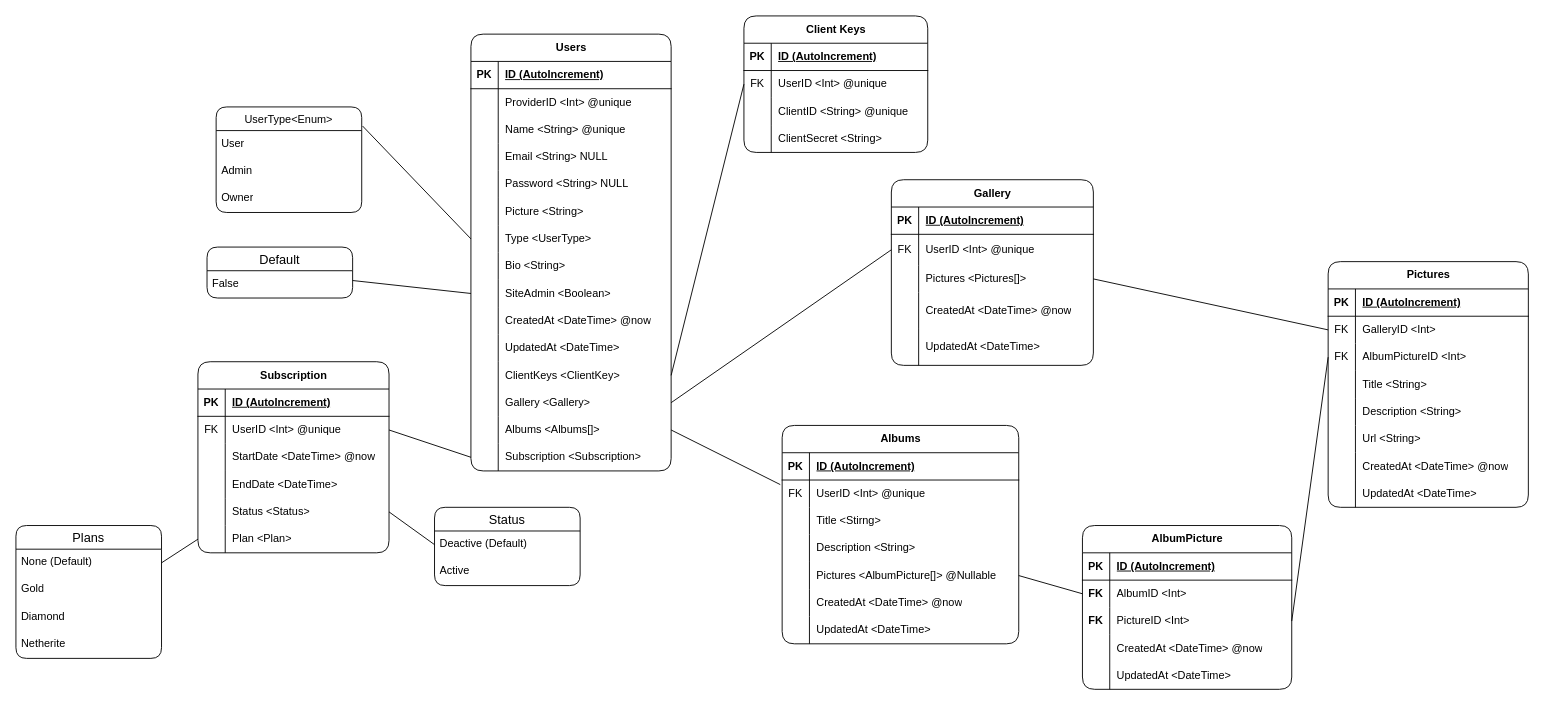
Novanaa/Pixelarium keeps this draw.io diagram as project/models/Pixelarium.drawio. Above is the earlier version. Source tidied: cells renumbered, new cells numbered last; positions are measured from the earlier drawing's top-left corner, leaving out a move shared by most shapes. Both pictures are drawn from the tidied source at 91%, with x=0, y=0 at pixel (15, 15).
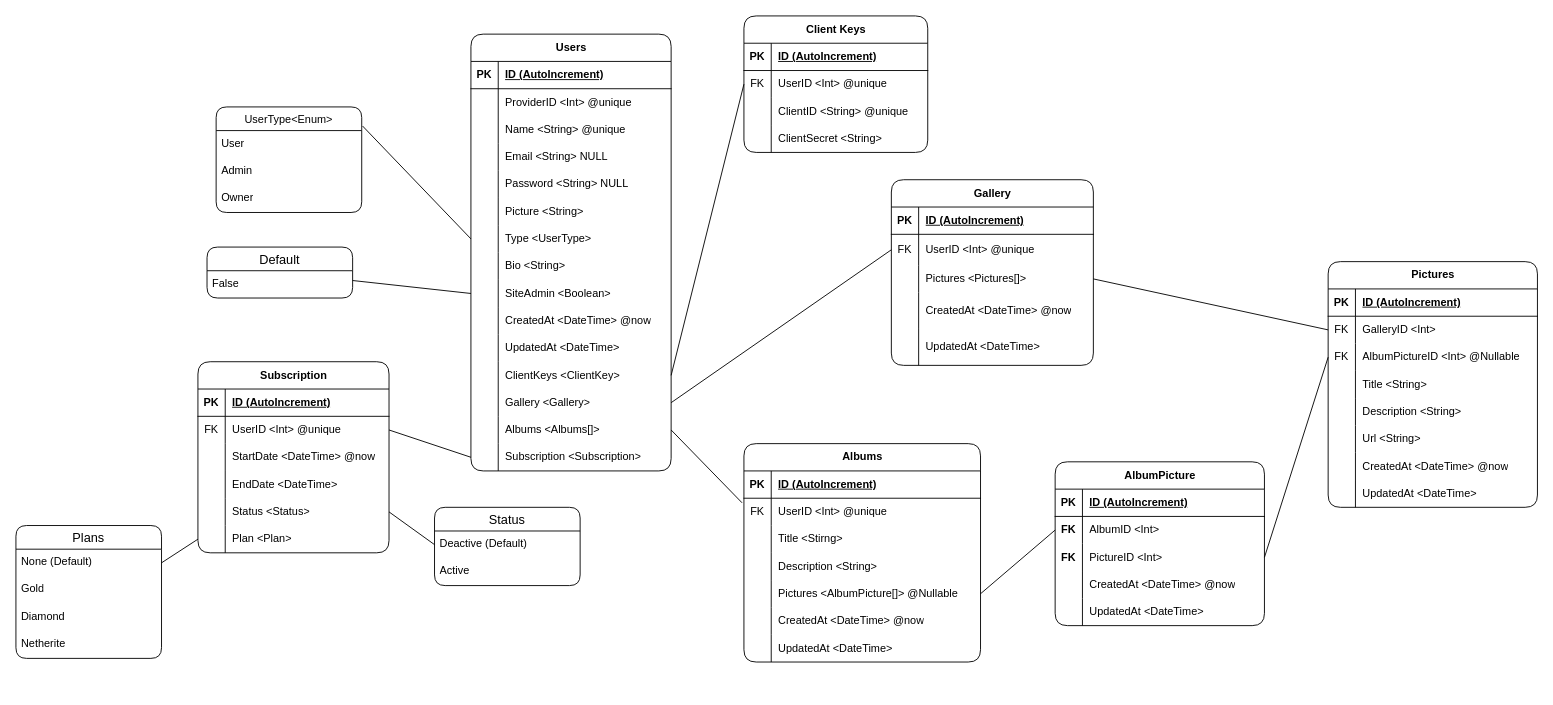
After the change.

Commit message (it also covers changes not shown here):
Added @Nullable Attribute to AlbumPictureID Field

Change to the diagram source:
```diff
@@
     <mxCell id="87" value="Pictures" style="shape=table;startSize=30;childLayout=tableLayout;rowLines=0;fontStyle=1;align=center;html=1;rounded=1;" parent="1" vertex="1">
-      <mxGeometry x="1442" y="270" width="220" height="270" as="geometry" />
+      <mxGeometry x="1442" y="270" width="230" height="270" as="geometry" />
     </mxCell>
     <mxCell id="88" style="shape=tableRow;horizontal=0;startSize=0;swimlaneHead=0;swimlaneBody=0;fillColor=none;top=0;left=0;right=0;bottom=1;" parent="87" vertex="1">
-      <mxGeometry y="30" width="220" height="30" as="geometry" />
+      <mxGeometry y="30" width="230" height="30" as="geometry" />
     </mxCell>
@@
     <mxCell id="90" value="ID (AutoIncrement)" style="shape=partialRectangle;fillColor=none;top=0;left=0;bottom=0;right=0;align=left;spacingLeft=6;fontStyle=5;overflow=hidden;whiteSpace=wrap;html=1;" parent="88" vertex="1">
-      <mxGeometry x="30" width="190" height="30" as="geometry" />
+      <mxGeometry x="30" width="200" height="30" as="geometry" />
     </mxCell>
     <mxCell id="91" style="shape=tableRow;horizontal=0;startSize=0;swimlaneHead=0;swimlaneBody=0;fillColor=none;points=[[0,0.5],[1,0.5]];portConstraint=eastwest;top=0;left=0;right=0;bottom=0;" parent="87" vertex="1">
-      <mxGeometry y="60" width="220" height="30" as="geometry" />
+      <mxGeometry y="60" width="230" height="30" as="geometry" />
     </mxCell>
@@
     <mxCell id="93" value="GalleryID &amp;lt;Int&amp;gt;" style="shape=partialRectangle;fillColor=none;top=0;left=0;bottom=0;right=0;align=left;spacingLeft=6;overflow=hidden;whiteSpace=wrap;html=1;" parent="91" vertex="1">
-      <mxGeometry x="30" width="190" height="30" as="geometry" />
+      <mxGeometry x="30" width="200" height="30" as="geometry" />
     </mxCell>
     <mxCell id="94" style="shape=tableRow;horizontal=0;startSize=0;swimlaneHead=0;swimlaneBody=0;fillColor=none;points=[[0,0.5],[1,0.5]];portConstraint=eastwest;top=0;left=0;right=0;bottom=0;" parent="87" vertex="1">
-      <mxGeometry y="90" width="220" height="30" as="geometry" />
+      <mxGeometry y="90" width="230" height="30" as="geometry" />
     </mxCell>
@@
-    <mxCell id="96" value="AlbumPictureID &amp;lt;Int&amp;gt;" style="shape=partialRectangle;fillColor=none;top=0;left=0;bottom=0;right=0;align=left;spacingLeft=6;overflow=hidden;whiteSpace=wrap;html=1;" parent="94" vertex="1">
-      <mxGeometry x="30" width="190" height="30" as="geometry" />
+    <mxCell id="96" value="AlbumPictureID &amp;lt;Int&amp;gt; @Nullable" style="shape=partialRectangle;fillColor=none;top=0;left=0;bottom=0;right=0;align=left;spacingLeft=6;overflow=hidden;whiteSpace=wrap;html=1;" parent="94" vertex="1">
+      <mxGeometry x="30" width="200" height="30" as="geometry" />
     </mxCell>
     <mxCell id="97" style="shape=tableRow;horizontal=0;startSize=0;swimlaneHead=0;swimlaneBody=0;fillColor=none;top=0;left=0;right=0;bottom=0;" parent="87" vertex="1">
-      <mxGeometry y="120" width="220" height="30" as="geometry" />
+      <mxGeometry y="120" width="230" height="30" as="geometry" />
     </mxCell>
@@
     <mxCell id="99" value="Title &amp;lt;String&amp;gt;" style="shape=partialRectangle;fillColor=none;top=0;left=0;bottom=0;right=0;align=left;spacingLeft=6;overflow=hidden;whiteSpace=wrap;html=1;" parent="97" vertex="1">
-      <mxGeometry x="30" width="190" height="30" as="geometry" />
+      <mxGeometry x="30" width="200" height="30" as="geometry" />
     </mxCell>
     <mxCell id="100" style="shape=tableRow;horizontal=0;startSize=0;swimlaneHead=0;swimlaneBody=0;fillColor=none;top=0;left=0;right=0;bottom=0;" parent="87" vertex="1">
-      <mxGeometry y="150" width="220" height="30" as="geometry" />
+      <mxGeometry y="150" width="230" height="30" as="geometry" />
     </mxCell>
@@
     <mxCell id="102" value="Description &amp;lt;String&amp;gt;" style="shape=partialRectangle;fillColor=none;top=0;left=0;bottom=0;right=0;align=left;spacingLeft=6;overflow=hidden;whiteSpace=wrap;html=1;" parent="100" vertex="1">
-      <mxGeometry x="30" width="190" height="30" as="geometry" />
+      <mxGeometry x="30" width="200" height="30" as="geometry" />
     </mxCell>
     <mxCell id="103" style="shape=tableRow;horizontal=0;startSize=0;swimlaneHead=0;swimlaneBody=0;fillColor=none;top=0;left=0;right=0;bottom=0;" parent="87" vertex="1">
-      <mxGeometry y="180" width="220" height="30" as="geometry" />
+      <mxGeometry y="180" width="230" height="30" as="geometry" />
     </mxCell>
@@
     <mxCell id="105" value="Url &amp;lt;String&amp;gt;" style="shape=partialRectangle;fillColor=none;top=0;left=0;bottom=0;right=0;align=left;spacingLeft=6;overflow=hidden;whiteSpace=wrap;html=1;" parent="103" vertex="1">
-      <mxGeometry x="30" width="190" height="30" as="geometry" />
+      <mxGeometry x="30" width="200" height="30" as="geometry" />
     </mxCell>
     <mxCell id="106" style="shape=tableRow;horizontal=0;startSize=0;swimlaneHead=0;swimlaneBody=0;fillColor=none;top=0;left=0;right=0;bottom=0;" parent="87" vertex="1">
-      <mxGeometry y="210" width="220" height="30" as="geometry" />
+      <mxGeometry y="210" width="230" height="30" as="geometry" />
     </mxCell>
@@
     <mxCell id="108" value="CreatedAt &amp;lt;DateTime&amp;gt; @now" style="shape=partialRectangle;fillColor=none;top=0;left=0;bottom=0;right=0;align=left;spacingLeft=6;overflow=hidden;whiteSpace=wrap;html=1;" parent="106" vertex="1">
-      <mxGeometry x="30" width="190" height="30" as="geometry" />
+      <mxGeometry x="30" width="200" height="30" as="geometry" />
     </mxCell>
     <mxCell id="109" style="shape=tableRow;horizontal=0;startSize=0;swimlaneHead=0;swimlaneBody=0;fillColor=none;top=0;left=0;right=0;bottom=0;" parent="87" vertex="1">
-      <mxGeometry y="240" width="220" height="30" as="geometry" />
+      <mxGeometry y="240" width="230" height="30" as="geometry" />
     </mxCell>
@@
     <mxCell id="111" value="UpdatedAt &amp;lt;DateTime&amp;gt;" style="shape=partialRectangle;fillColor=none;top=0;left=0;bottom=0;right=0;align=left;spacingLeft=6;overflow=hidden;whiteSpace=wrap;html=1;" parent="109" vertex="1">
-      <mxGeometry x="30" width="190" height="30" as="geometry" />
+      <mxGeometry x="30" width="200" height="30" as="geometry" />
     </mxCell>
@@
     <mxCell id="113" value="Albums" style="shape=table;startSize=30;childLayout=tableLayout;rowLines=0;fontStyle=1;align=center;html=1;rounded=1;" parent="1" vertex="1">
-      <mxGeometry x="842" y="450" width="260" height="240" as="geometry" />
+      <mxGeometry x="800" y="470" width="260" height="240" as="geometry" />
     </mxCell>
@@
     <mxCell id="166" value="AlbumPicture" style="shape=table;startSize=30;childLayout=tableLayout;rowLines=0;fontStyle=1;align=center;html=1;rounded=1;" parent="1" vertex="1">
-      <mxGeometry x="1172" y="560" width="230" height="180" as="geometry" />
+      <mxGeometry x="1142" y="490" width="230" height="180" as="geometry" />
     </mxCell>
```
